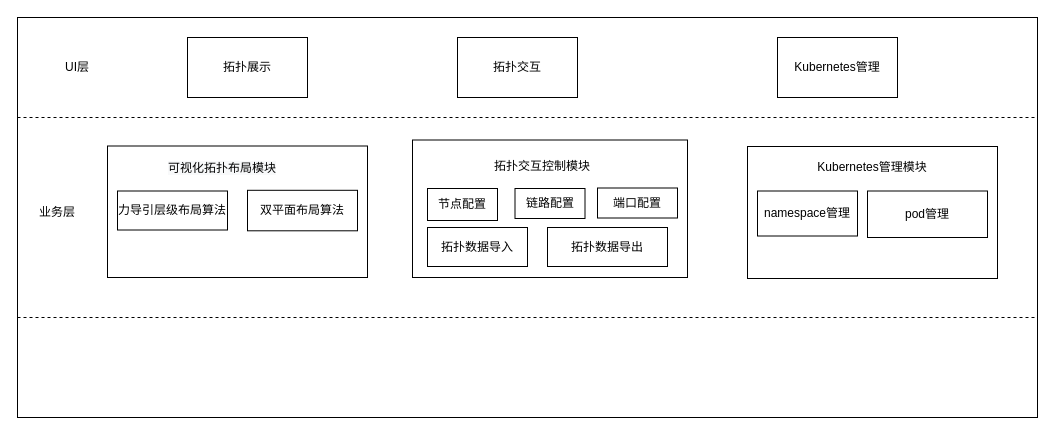
Earlier version of the draw.io diagram 未命名绘图.drawio (lvxiansen/drawio). Source tidied: cells renumbered, new cells numbered last; positions are measured from the earlier drawing's top-left corner, leaving out a move shared by most shapes. Both pictures are drawn from the tidied source at 100%, with x=0, y=0 at pixel (17, 17).
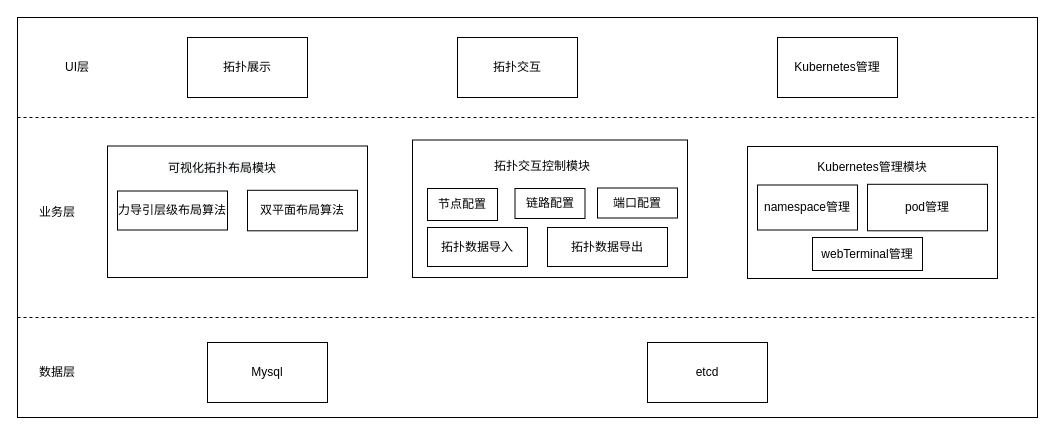
Above is the later version.

Commit message (it also covers changes not shown here):
更新未命名绘图.drawio

Diff of the diagram source:
```diff
@@
     <mxCell id="22" value="namespace管理" style="rounded=0;whiteSpace=wrap;html=1;" parent="1" vertex="1">
-      <mxGeometry x="740" y="173.5" width="100" height="45" as="geometry" />
+      <mxGeometry x="740" y="167.5" width="100" height="45" as="geometry" />
     </mxCell>
@@
     <mxCell id="24" value="pod管理" style="rounded=0;whiteSpace=wrap;html=1;" parent="1" vertex="1">
-      <mxGeometry x="850" y="173.5" width="120" height="46.5" as="geometry" />
+      <mxGeometry x="850" y="166.8" width="120" height="46.5" as="geometry" />
     </mxCell>
+    <mxCell id="25" value="数据层" style="text;html=1;strokeColor=none;fillColor=none;align=center;verticalAlign=middle;whiteSpace=wrap;rounded=0;" parent="1" vertex="1">
+      <mxGeometry x="10" y="340" width="60" height="30" as="geometry" />
+    </mxCell>
+    <mxCell id="26" value="Mysql" style="rounded=0;whiteSpace=wrap;html=1;" parent="1" vertex="1">
+      <mxGeometry x="190" y="325" width="120" height="60" as="geometry" />
+    </mxCell>
+    <mxCell id="27" value="etcd" style="rounded=0;whiteSpace=wrap;html=1;" parent="1" vertex="1">
+      <mxGeometry x="630" y="325" width="120" height="60" as="geometry" />
+    </mxCell>
+    <mxCell id="28" value="webTerminal管理" style="rounded=0;whiteSpace=wrap;html=1;" parent="1" vertex="1">
+      <mxGeometry x="795" y="220" width="110" height="33" as="geometry" />
+    </mxCell>
```
